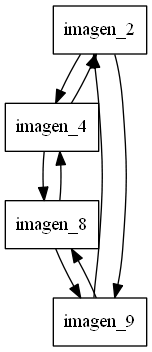
Before: [EDD]Proyecto1_201603127/Circular_Doble.png, a diagram exported from Graphviz (Cascarus/-EDD-Proyecto1_201603127). Its source is kept beside it as [EDD]Proyecto1_201603127/Circular_doble.dot. The source it was exported from:
```dot
digraph G {
	node [shape=record,width=.9,height=.5];
	Node2->Node4;
	Node2->Node4[dir=back];
	Node4->Node8;
	Node4->Node8[dir=back];
	Node8->Node9;
	Node8->Node9[dir=back];
	Node9->Node2;
	Node9->Node2[dir=back];

 	Node2[label = "imagen_2"]

 	Node4[label = "imagen_4"]

 	Node8[label = "imagen_8"]

 	Node9[label = "imagen_9"]
}
```
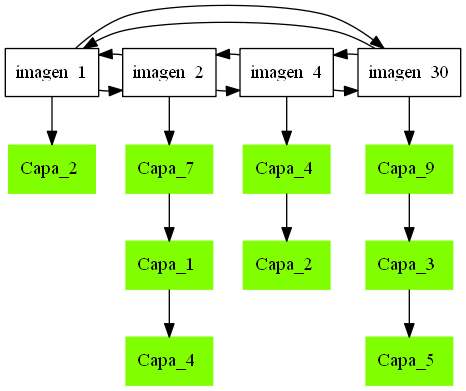
Later version of the same file.

The edit, as a diff of the source:
```diff
@@ -1,19 +1,38 @@
 digraph G {
 	node [shape=record,width=.9,height=.5];
+	Node1->Node2;
+	Node1->Node2[dir=back];
+	Node1->NodeCapa_2_1;
 	Node2->Node4;
 	Node2->Node4[dir=back];
-	Node4->Node8;
-	Node4->Node8[dir=back];
-	Node8->Node9;
-	Node8->Node9[dir=back];
-	Node9->Node2;
-	Node9->Node2[dir=back];
+	Node2->NodeCapa_7_2;
+	Node4->Node30;
+	Node4->Node30[dir=back];
+	Node4->NodeCapa_4_4;
+	Node30->Node1;
+	Node30->Node1[dir=back];
+	Node30->NodeCapa_9_30;
+
+ 	Node1[label = "imagen_1"]
 
  	Node2[label = "imagen_2"]
 
  	Node4[label = "imagen_4"]
 
- 	Node8[label = "imagen_8"]
-
- 	Node9[label = "imagen_9"]
+ 	Node30[label = "imagen_30"]
+	NodeCapa_2_1[shape=box,style=filled,color=chartreuse1  , label = "Capa_2 "]
+	NodeCapa_7_2->NodeCapa_1_2;
+	NodeCapa_7_2[shape=box,style=filled,color=chartreuse1  , label = "Capa_7 "]
+	NodeCapa_1_2->NodeCapa_4_2;
+	NodeCapa_1_2[shape=box,style=filled,color=chartreuse1  , label = "Capa_1 "]
+	NodeCapa_4_2[shape=box,style=filled,color=chartreuse1  , label = "Capa_4 "]
+	NodeCapa_4_4->NodeCapa_2_4;
+	NodeCapa_4_4[shape=box,style=filled,color=chartreuse1  , label = "Capa_4 "]
+	NodeCapa_2_4[shape=box,style=filled,color=chartreuse1  , label = "Capa_2 "]
+	NodeCapa_9_30->NodeCapa_3_30;
+	NodeCapa_9_30[shape=box,style=filled,color=chartreuse1  , label = "Capa_9 "]
+	NodeCapa_3_30->NodeCapa_5_30;
+	NodeCapa_3_30[shape=box,style=filled,color=chartreuse1  , label = "Capa_3 "]
+	NodeCapa_5_30[shape=box,style=filled,color=chartreuse1  , label = "Capa_5 "]
+{ rank = same; Node1,Node1,Node2,Node4,Node30};
 }
```
